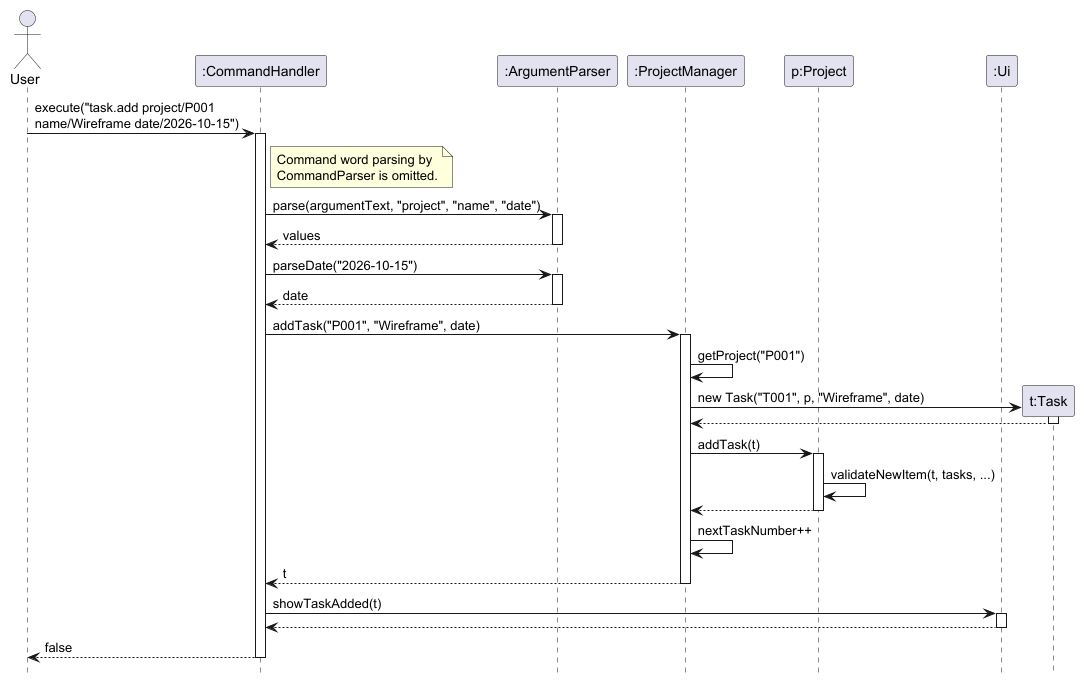
Earlier version of the PlantUML export docs/images/AddTaskSequenceDiagram.png (AY2627S1-CS2113-T10-3/tp). The source it was exported from:
```plantuml
@startuml
hide footbox

actor User
participant ":CommandHandler" as CH
participant ":ArgumentParser" as AP
participant ":ProjectManager" as PM
participant "p:Project" as P
participant ":Ui" as UI

User -> CH : execute("task.add project/P001\nname/Wireframe date/2026-10-15")
activate CH

note right of CH : Command word parsing by\nCommandParser is omitted.

CH -> AP : parse(argumentText, "project", "name", "date")
activate AP
AP --> CH : values
deactivate AP

CH -> AP : parseDate("2026-10-15")
activate AP
AP --> CH : date
deactivate AP

CH -> PM : addTask("P001", "Wireframe", date)
activate PM

PM -> PM : getProject("P001")

create "t:Task" as T
PM -> T : new Task("T001", p, "Wireframe", date)
activate T
T --> PM
deactivate T

PM -> P : addTask(t)
activate P
P -> P : validateNewItem(t, tasks, ...)
P --> PM
deactivate P

PM -> PM : nextTaskNumber++
PM --> CH : t
deactivate PM

CH -> UI : showTaskAdded(t)
activate UI
UI --> CH
deactivate UI

CH --> User : false
deactivate CH
@enduml
```
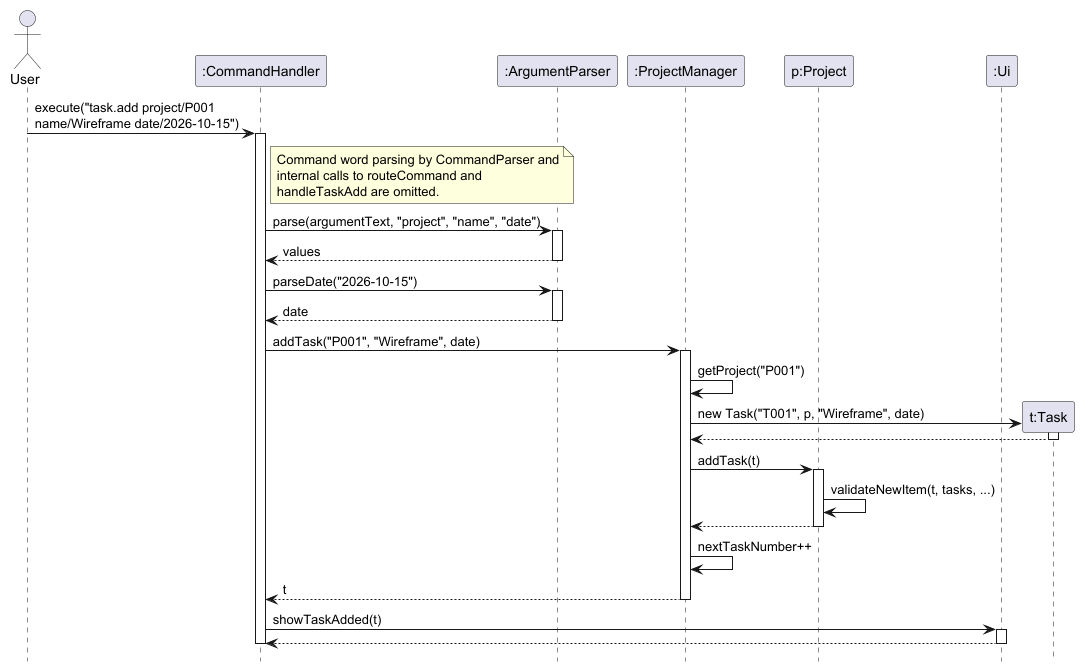
Above is the later version.

The edit, as a diff of the source:
```diff
@@ -11,7 +11,11 @@
 User -> CH : execute("task.add project/P001\nname/Wireframe date/2026-10-15")
 activate CH
 
-note right of CH : Command word parsing by\nCommandParser is omitted.
+note right of CH
+  Command word parsing by CommandParser and
+  internal calls to routeCommand and
+  handleTaskAdd are omitted.
+end note
 
 CH -> AP : parse(argumentText, "project", "name", "date")
 activate AP
@@ -49,6 +53,5 @@
 UI --> CH
 deactivate UI
 
-CH --> User : false
 deactivate CH
 @enduml
```
